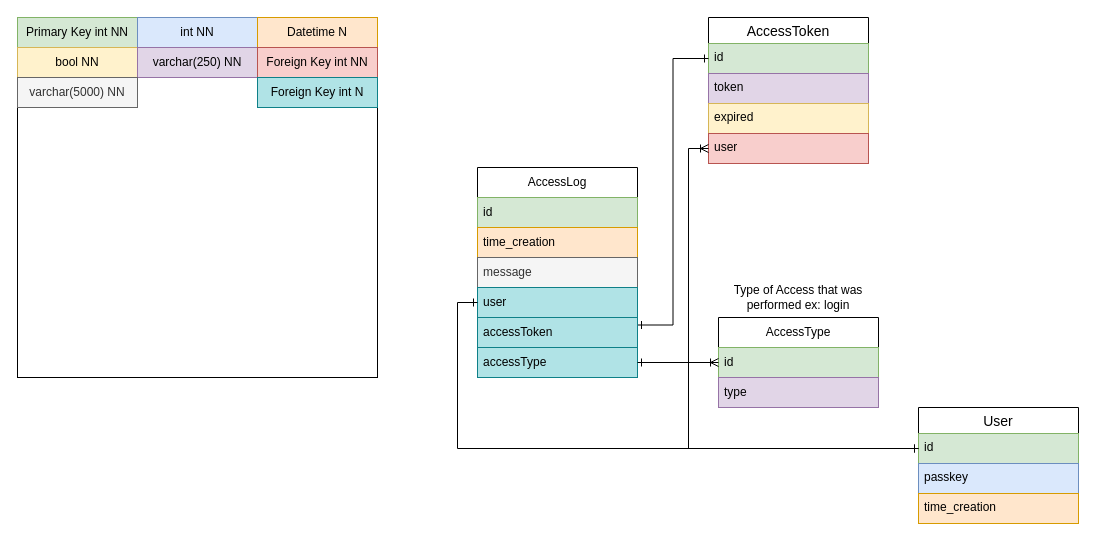
ZeilingerAlexander/FileServer_NodeJS keeps this draw.io diagram as Authorization/DatabaseDiagram.drawio. Above is the earlier version. Source tidied: cells renumbered, new cells numbered last; positions are measured from the earlier drawing's top-left corner, leaving out a move shared by most shapes. Both pictures are drawn from the tidied source at 100%, with x=0, y=0 at pixel (17, 17).
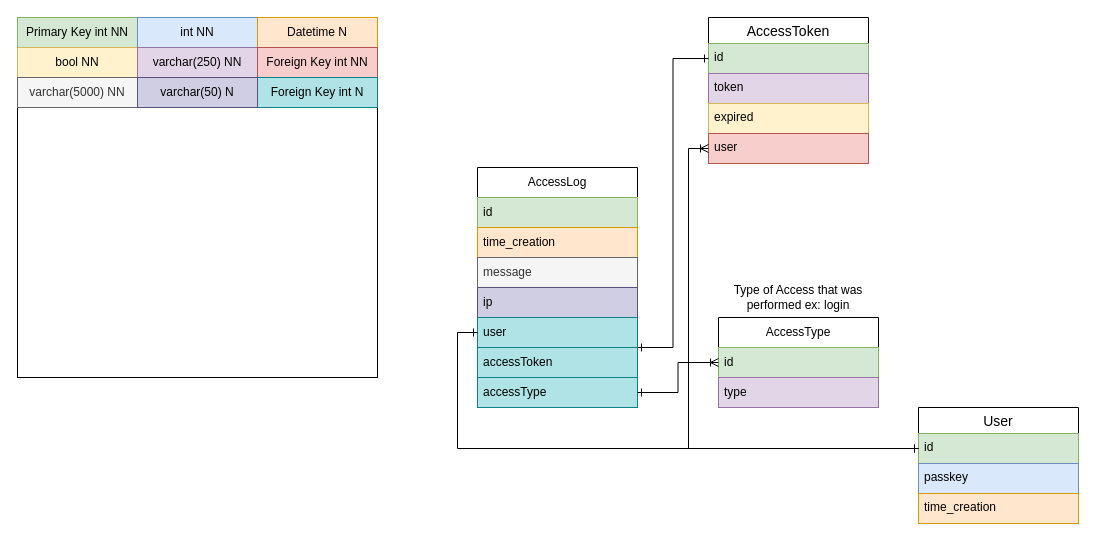
The same page after the edit.

Commit message:
add ip address to log table

What changed in the source:
```diff
@@
     <mxCell id="20" value="AccessLog" style="swimlane;fontStyle=0;horizontal=1;startSize=30;whiteSpace=wrap;html=1;" parent="1" vertex="1">
-      <mxGeometry x="460" y="150" width="160" height="210" as="geometry" />
+      <mxGeometry x="460" y="150" width="160" height="240" as="geometry" />
     </mxCell>
@@
+    <mxCell id="35" value="ip" style="text;strokeColor=#56517e;fillColor=#d0cee2;align=left;verticalAlign=middle;spacingLeft=4;spacingRight=4;overflow=hidden;whiteSpace=wrap;html=1;" parent="20" vertex="1">
+      <mxGeometry y="120" width="160" height="30" as="geometry" />
+    </mxCell>
     <mxCell id="24" value="user" style="text;strokeColor=#0e8088;fillColor=#b0e3e6;align=left;verticalAlign=middle;spacingLeft=4;spacingRight=4;overflow=hidden;points=[[0,0.5],[1,0.5]];portConstraint=eastwest;whiteSpace=wrap;html=1;" parent="20" vertex="1">
-      <mxGeometry y="120" width="160" height="30" as="geometry" />
+      <mxGeometry y="150" width="160" height="30" as="geometry" />
     </mxCell>
     <mxCell id="25" value="accessToken" style="text;strokeColor=#0e8088;fillColor=#b0e3e6;align=left;verticalAlign=middle;spacingLeft=4;spacingRight=4;overflow=hidden;whiteSpace=wrap;html=1;" parent="20" vertex="1">
-      <mxGeometry y="150" width="160" height="30" as="geometry" />
+      <mxGeometry y="180" width="160" height="30" as="geometry" />
     </mxCell>
     <mxCell id="26" value="accessType" style="text;strokeColor=#0e8088;fillColor=#b0e3e6;align=left;verticalAlign=middle;spacingLeft=4;spacingRight=4;overflow=hidden;points=[[0,0.5],[1,0.5]];portConstraint=eastwest;whiteSpace=wrap;html=1;" parent="20" vertex="1">
-      <mxGeometry y="180" width="160" height="30" as="geometry" />
+      <mxGeometry y="210" width="160" height="30" as="geometry" />
     </mxCell>
@@
+    <mxCell id="36" value="varchar(50) N" style="text;html=1;strokeColor=#56517e;fillColor=#d0cee2;align=center;verticalAlign=middle;whiteSpace=wrap;rounded=0;" parent="1" vertex="1">
+      <mxGeometry x="120" y="60" width="120" height="30" as="geometry" />
+    </mxCell>
```
